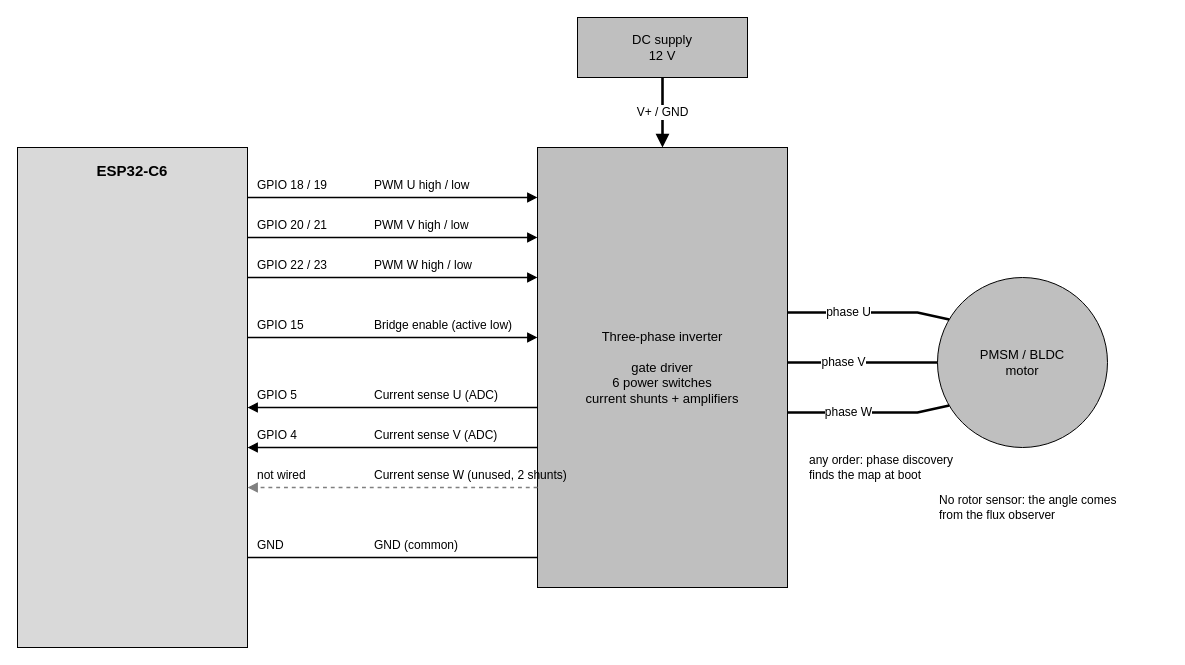
This is doc/examples/diagram/board_sensorless.drawio from uLipe/espFoC, a draw.io file, before an edit. Source tidied: cells renumbered, new cells numbered last; positions are measured from the earlier drawing's top-left corner, leaving out a move shared by most shapes. Both pictures are drawn from the tidied source at 100%, with x=0, y=0 at pixel (17, 17).
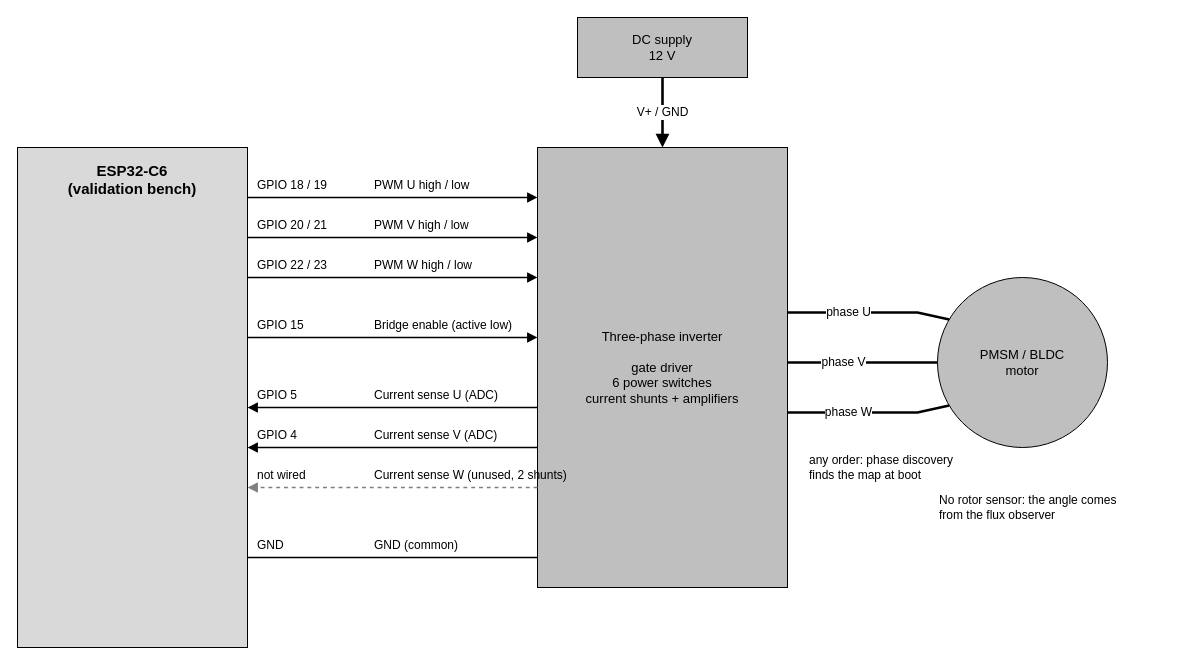
The same page after the edit.

Diff of the diagram source:
```diff
@@
-    <mxCell id="2" value="ESP32-C6" style="rounded=0;whiteSpace=wrap;html=1;fillColor=#D9D9D9;strokeColor=#000000;fontSize=15;fontStyle=1;verticalAlign=top;spacingTop=8;fontFamily=Helvetica;fontColor=#000000;" parent="1" vertex="1">
+    <mxCell id="2" value="ESP32-C6&lt;br&gt;(validation bench)" style="rounded=0;whiteSpace=wrap;html=1;fillColor=#D9D9D9;strokeColor=#000000;fontSize=15;fontStyle=1;verticalAlign=top;spacingTop=8;fontFamily=Helvetica;fontColor=#000000;" parent="1" vertex="1">
       <mxGeometry y="130" width="230" height="500" as="geometry" />
     </mxCell>
```
